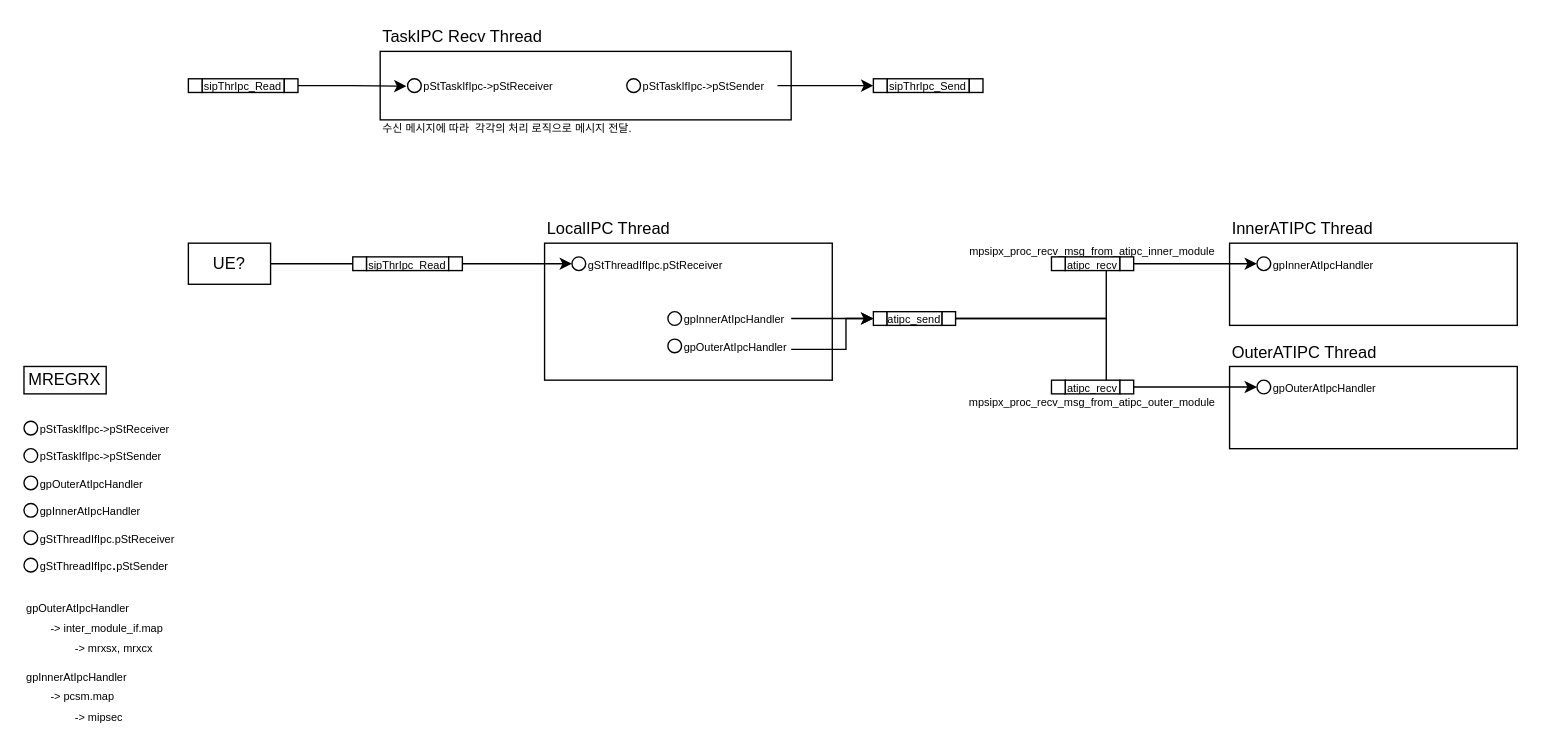
Earlier version of the draw.io diagram MPSIPX.drawio (JaeHyeon774/NEWTIL). Source tidied: cells renumbered, new cells numbered last; positions are measured from the earlier drawing's top-left corner, leaving out a move shared by most shapes. Both pictures are drawn from the tidied source at 137%, with x=0, y=0 at pixel (23, 23).
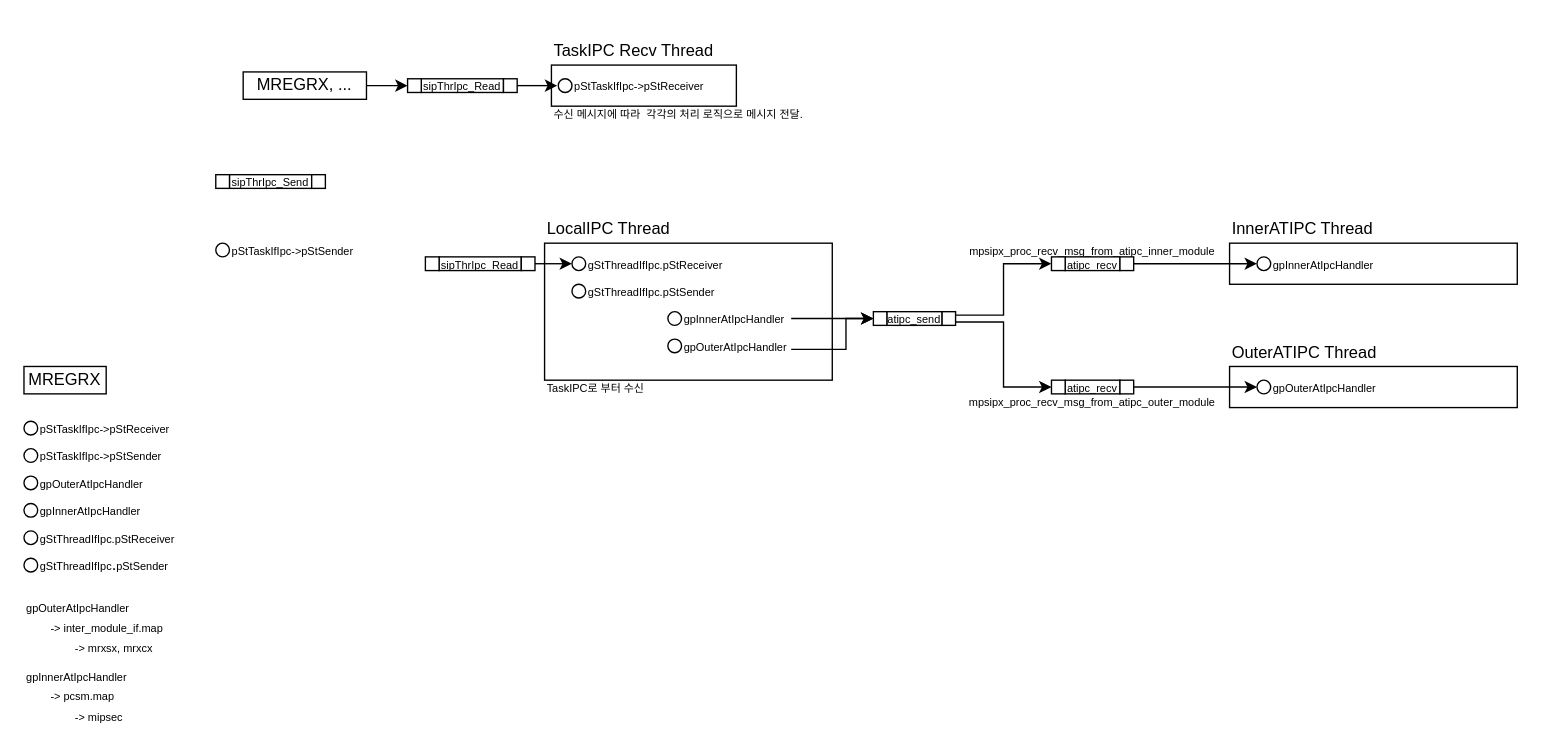
The same diagram, later.

The change refers to these unchanged cells:
```xml
<mxCell id="3" style="group;" parent="1" vertex="1">
  <mxGeometry x="380" y="140" width="210" height="120" as="geometry" />
</mxCell>
<mxCell id="6" style="group;" parent="1" vertex="1">
  <mxGeometry x="880" y="140" width="210" height="80" as="geometry" />
</mxCell>
<mxCell id="9" style="group;" parent="1" vertex="1">
  <mxGeometry x="880" y="230" width="210" height="80" as="geometry" />
</mxCell>
<mxCell id="30" style="rounded=0;whiteSpace=wrap;html=1;" parent="28" vertex="1">
  <mxGeometry width="10" height="10" as="geometry" />
</mxCell>
<mxCell id="31" style="rounded=0;whiteSpace=wrap;html=1;" parent="28" vertex="1">
  <mxGeometry x="50" width="10" height="10" as="geometry" />
</mxCell>
<mxCell id="33" style="ellipse;whiteSpace=wrap;html=1;" parent="32" vertex="1">
  <mxGeometry width="10" height="10" as="geometry" />
</mxCell>
<mxCell id="36" style="ellipse;whiteSpace=wrap;html=1;" parent="35" vertex="1">
  <mxGeometry width="10" height="10" as="geometry" />
</mxCell>
<mxCell id="40" style="rounded=0;whiteSpace=wrap;html=1;" parent="38" vertex="1">
  <mxGeometry width="10" height="10" as="geometry" />
</mxCell>
<mxCell id="41" style="rounded=0;whiteSpace=wrap;html=1;" parent="38" vertex="1">
  <mxGeometry x="50" width="10" height="10" as="geometry" />
</mxCell>
<mxCell id="46" style="ellipse;whiteSpace=wrap;html=1;" parent="44" vertex="1">
  <mxGeometry width="10" height="10" as="geometry" />
</mxCell>
<mxCell id="51" style="rounded=0;whiteSpace=wrap;html=1;" parent="49" vertex="1">
  <mxGeometry x="70" width="10" height="10" as="geometry" />
</mxCell>
<mxCell id="54" style="rounded=0;whiteSpace=wrap;html=1;" parent="53" vertex="1">
  <mxGeometry x="50" width="10" height="10" as="geometry" />
</mxCell>
<mxCell id="78" style="rounded=0;whiteSpace=wrap;html=1;" parent="75" vertex="1">
  <mxGeometry width="10" height="10" as="geometry" />
</mxCell>
```

The edit, as a diff of the source:
```diff
@@
     <mxCell id="2" style="rounded=0;whiteSpace=wrap;html=1;" parent="1" vertex="1">
-      <mxGeometry x="260" y="20" width="300" height="50" as="geometry" />
+      <mxGeometry x="385" y="30" width="135" height="30" as="geometry" />
     </mxCell>
@@
+    <mxCell id="89" style="group;" parent="3" vertex="1">
+      <mxGeometry x="20" y="50" width="110" height="10" as="geometry" />
+    </mxCell>
+    <mxCell id="90" value="&lt;font style=&quot;font-size: 8px;&quot;&gt;gStThreadIfIpc.pStSender&lt;/font&gt;" style="text;html=1;align=left;verticalAlign=middle;whiteSpace=wrap;rounded=0;" parent="89" vertex="1">
+      <mxGeometry x="10" width="100" height="10" as="geometry" />
+    </mxCell>
+    <mxCell id="91" style="ellipse;whiteSpace=wrap;html=1;" parent="89" vertex="1">
+      <mxGeometry width="10" height="10" as="geometry" />
+    </mxCell>
@@
     <mxCell id="7" style="rounded=0;whiteSpace=wrap;html=1;" parent="6" vertex="1">
-      <mxGeometry y="20" width="210" height="60" as="geometry" />
+      <mxGeometry y="20" width="210" height="30" as="geometry" />
     </mxCell>
@@
     <mxCell id="10" style="rounded=0;whiteSpace=wrap;html=1;" parent="9" vertex="1">
-      <mxGeometry y="20" width="210" height="60" as="geometry" />
+      <mxGeometry y="20" width="210" height="30" as="geometry" />
     </mxCell>
@@
-    <mxCell id="25" style="edgeStyle=orthogonalEdgeStyle;rounded=0;jettySize=auto;html=1;exitX=1;exitY=0.5;exitDx=0;exitDy=0;entryX=0;entryY=0.5;entryDx=0;entryDy=0;" parent="1" edge="1" source="54" target="33">
-      <mxGeometry relative="1" as="geometry" />
-    </mxCell>
-    <mxCell id="26" style="edgeStyle=orthogonalEdgeStyle;rounded=0;jettySize=auto;html=1;exitX=1;exitY=0.5;exitDx=0;exitDy=0;entryX=0;entryY=0.5;entryDx=0;entryDy=0;" parent="1" edge="1" source="54" target="36">
-      <mxGeometry relative="1" as="geometry" />
-    </mxCell>
@@
-    <mxCell id="47" style="edgeStyle=orthogonalEdgeStyle;rounded=0;jettySize=auto;html=1;exitX=1;exitY=0.5;exitDx=0;exitDy=0;entryX=0;entryY=0.5;entryDx=0;entryDy=0;" parent="1" edge="1" source="48" target="46">
-      <mxGeometry relative="1" as="geometry" />
-    </mxCell>
-    <mxCell id="48" value="UE?" style="rounded=0;whiteSpace=wrap;html=1;" parent="1" vertex="1">
-      <mxGeometry x="120" y="160" width="60" height="30" as="geometry" />
-    </mxCell>
     <mxCell id="49" style="group;" parent="1" vertex="1">
-      <mxGeometry x="240" y="170" width="80" height="10" as="geometry" />
+      <mxGeometry x="293" y="170" width="80" height="10" as="geometry" />
     </mxCell>
@@
     <mxCell id="71" style="group;" parent="1" vertex="1">
-      <mxGeometry x="280" y="40" width="110" height="10" as="geometry" />
+      <mxGeometry x="390" y="40" width="110" height="10" as="geometry" />
     </mxCell>
@@
     <mxCell id="74" value="TaskIPC Recv Thread" style="text;html=1;align=left;verticalAlign=middle;whiteSpace=wrap;rounded=0;" parent="1" vertex="1">
-      <mxGeometry x="260" width="130" height="20" as="geometry" />
+      <mxGeometry x="385" y="10" width="130" height="20" as="geometry" />
     </mxCell>
     <mxCell id="75" style="group;" parent="1" vertex="1">
-      <mxGeometry x="120" y="40" width="80" height="10" as="geometry" />
+      <mxGeometry x="280" y="40" width="80" height="10" as="geometry" />
     </mxCell>
@@
-    <mxCell id="80" style="group;" parent="1" vertex="1">
-      <mxGeometry x="620" y="40" width="80" height="10" as="geometry" />
-    </mxCell>
+    <mxCell id="88" value="&lt;font style=&quot;font-size: 8px;&quot;&gt;수신 메시지에 따라&amp;nbsp; 각각의 처리 로직으로 메시지 전달.&lt;/font&gt;" style="text;html=1;align=left;verticalAlign=middle;whiteSpace=wrap;rounded=0;" parent="1" vertex="1">
+      <mxGeometry x="385" y="60" width="250" height="10" as="geometry" />
+    </mxCell>
+    <mxCell id="92" style="edgeStyle=orthogonalEdgeStyle;rounded=0;jettySize=auto;html=1;exitX=1;exitY=0.5;exitDx=0;exitDy=0;entryX=0;entryY=0.5;entryDx=0;entryDy=0;" parent="1" edge="1" source="51" target="46">
+      <mxGeometry relative="1" as="geometry" />
+    </mxCell>
+    <mxCell id="93" style="edgeStyle=orthogonalEdgeStyle;rounded=0;jettySize=auto;html=1;exitX=1;exitY=0.5;exitDx=0;exitDy=0;entryX=0;entryY=0.5;entryDx=0;entryDy=0;" parent="1" edge="1" source="94" target="78">
+      <mxGeometry relative="1" as="geometry" />
+    </mxCell>
+    <mxCell id="94" value="MREGRX, ..." style="rounded=0;whiteSpace=wrap;html=1;" parent="1" vertex="1">
+      <mxGeometry x="160" y="35" width="90" height="20" as="geometry" />
+    </mxCell>
+    <mxCell id="95" style="edgeStyle=orthogonalEdgeStyle;rounded=0;orthogonalLoop=1;jettySize=auto;html=1;exitX=0;exitY=0.5;exitDx=0;exitDy=0;entryX=1;entryY=0.5;entryDx=0;entryDy=0;" parent="1" edge="1">
+      <mxGeometry relative="1" as="geometry">
+        <mxPoint x="360" y="15" as="targetPoint" />
+      </mxGeometry>
+    </mxCell>
+    <mxCell id="96" style="group;" parent="1" vertex="1">
+      <mxGeometry x="140" y="110" width="80" height="10" as="geometry" />
+    </mxCell>
-    <mxCell id="81" value="&lt;font style=&quot;font-size: 8px;&quot;&gt;sipThrIpc_Send&lt;/font&gt;" style="rounded=0;whiteSpace=wrap;html=1;" parent="80" vertex="1">
+    <mxCell id="81" value="&lt;font style=&quot;font-size: 8px;&quot;&gt;sipThrIpc_Send&lt;/font&gt;" style="rounded=0;whiteSpace=wrap;html=1;" parent="96" vertex="1">
       <mxGeometry x="10" width="60" height="10" as="geometry" />
     </mxCell>
-    <mxCell id="82" style="rounded=0;whiteSpace=wrap;html=1;" parent="80" vertex="1">
+    <mxCell id="82" style="rounded=0;whiteSpace=wrap;html=1;" parent="96" vertex="1">
       <mxGeometry x="70" width="10" height="10" as="geometry" />
     </mxCell>
-    <mxCell id="83" style="rounded=0;whiteSpace=wrap;html=1;" parent="80" vertex="1">
+    <mxCell id="83" style="rounded=0;whiteSpace=wrap;html=1;" parent="96" vertex="1">
       <mxGeometry width="10" height="10" as="geometry" />
     </mxCell>
-    <mxCell id="84" style="edgeStyle=orthogonalEdgeStyle;rounded=0;jettySize=auto;html=1;exitX=1;exitY=0.5;exitDx=0;exitDy=0;entryX=0;entryY=0.5;entryDx=0;entryDy=0;" parent="1" edge="1" source="87" target="83">
-      <mxGeometry relative="1" as="geometry">
-        <Array as="points">
-          <mxPoint x="580" y="45" />
-          <mxPoint x="580" y="45" />
-        </Array>
-      </mxGeometry>
-    </mxCell>
-    <mxCell id="85" style="group;" parent="1" vertex="1">
-      <mxGeometry x="440" y="40" width="110" height="10" as="geometry" />
-    </mxCell>
-    <mxCell id="86" style="ellipse;whiteSpace=wrap;html=1;" parent="85" vertex="1">
-      <mxGeometry width="10" height="10" as="geometry" />
-    </mxCell>
+    <mxCell id="97" style="group;" parent="1" vertex="1">
+      <mxGeometry x="140" y="160" width="110" height="10" as="geometry" />
+    </mxCell>
+    <mxCell id="98" style="ellipse;whiteSpace=wrap;html=1;" parent="97" vertex="1">
+      <mxGeometry width="10" height="10" as="geometry" />
+    </mxCell>
-    <mxCell id="87" value="&lt;font style=&quot;font-size: 8px;&quot;&gt;pStTaskIfIpc-&amp;gt;pStSender&lt;/font&gt;" style="text;html=1;align=left;verticalAlign=middle;whiteSpace=wrap;rounded=0;" parent="85" vertex="1">
+    <mxCell id="87" value="&lt;font style=&quot;font-size: 8px;&quot;&gt;pStTaskIfIpc-&amp;gt;pStSender&lt;/font&gt;" style="text;html=1;align=left;verticalAlign=middle;whiteSpace=wrap;rounded=0;" parent="97" vertex="1">
       <mxGeometry x="10" width="100" height="10" as="geometry" />
     </mxCell>
-    <mxCell id="88" value="&lt;font style=&quot;font-size: 8px;&quot;&gt;수신 메시지에 따라&amp;nbsp; 각각의 처리 로직으로 메시지 전달.&lt;/font&gt;" style="text;html=1;align=left;verticalAlign=middle;whiteSpace=wrap;rounded=0;" parent="1" vertex="1">
-      <mxGeometry x="260" y="70" width="250" height="10" as="geometry" />
-    </mxCell>
+    <mxCell id="99" value="&lt;font style=&quot;font-size: 8px;&quot;&gt;TaskIPC로 부터 수신&lt;/font&gt;" style="text;html=1;whiteSpace=wrap;strokeColor=none;fillColor=none;align=left;verticalAlign=middle;rounded=0;" parent="1" vertex="1">
+      <mxGeometry x="380" y="260" width="90" height="10" as="geometry" />
+    </mxCell>
+    <mxCell id="100" style="edgeStyle=orthogonalEdgeStyle;rounded=0;jettySize=auto;html=1;exitX=1;exitY=0.25;exitDx=0;exitDy=0;entryX=0;entryY=0.5;entryDx=0;entryDy=0;" parent="1" edge="1" source="54" target="30">
+      <mxGeometry relative="1" as="geometry" />
+    </mxCell>
+    <mxCell id="101" style="edgeStyle=orthogonalEdgeStyle;rounded=0;jettySize=auto;html=1;exitX=1;exitY=0.75;exitDx=0;exitDy=0;entryX=0;entryY=0.5;entryDx=0;entryDy=0;" parent="1" edge="1" source="54" target="40">
+      <mxGeometry relative="1" as="geometry" />
+    </mxCell>
+    <mxCell id="102" style="edgeStyle=orthogonalEdgeStyle;rounded=0;jettySize=auto;html=1;exitX=1;exitY=0.5;exitDx=0;exitDy=0;entryX=0;entryY=0.5;entryDx=0;entryDy=0;" parent="1" edge="1" source="31" target="33">
+      <mxGeometry relative="1" as="geometry" />
+    </mxCell>
+    <mxCell id="103" style="edgeStyle=orthogonalEdgeStyle;rounded=0;jettySize=auto;html=1;exitX=1;exitY=0.5;exitDx=0;exitDy=0;entryX=0;entryY=0.5;entryDx=0;entryDy=0;" parent="1" edge="1" source="41" target="36">
+      <mxGeometry relative="1" as="geometry" />
+    </mxCell>
```
